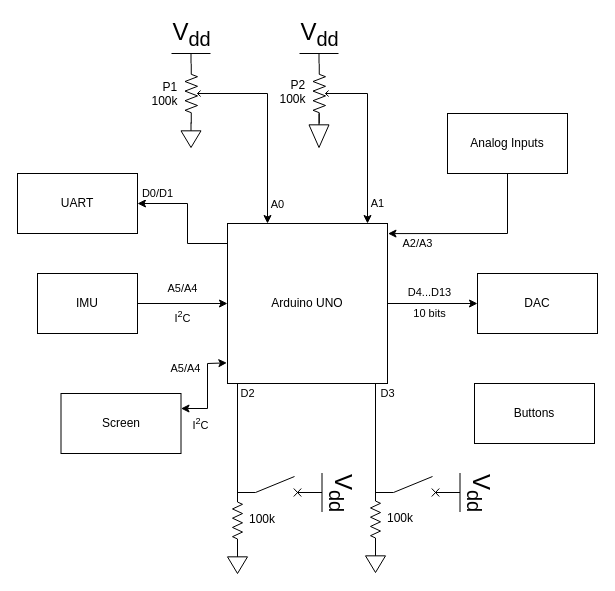
Above: Documentation_C/images/block_diagram.drawio in cshieldsce/ENCE_3210_Charlie_Shields_2026 (draw.io), before the change. Source tidied: cells renumbered, new cells numbered last; positions are measured from the earlier drawing's top-left corner, leaving out a move shared by most shapes. Both pictures are drawn from the tidied source at 100%, with x=0, y=0 at pixel (17, 53).
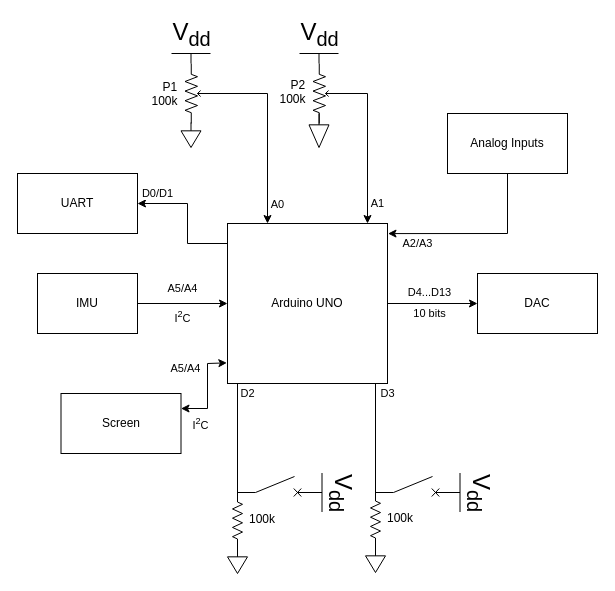
After the change.

Diff of the diagram source:
```diff
@@
-<mxGraphModel>
+<mxGraphModel background="#ffffff">
@@
-    <mxCell id="34" value="Buttons" style="rounded=0;whiteSpace=wrap;html=1;" parent="1" vertex="1">
-      <mxGeometry x="457" y="330" width="120" height="60" as="geometry" />
-    </mxCell>
```
